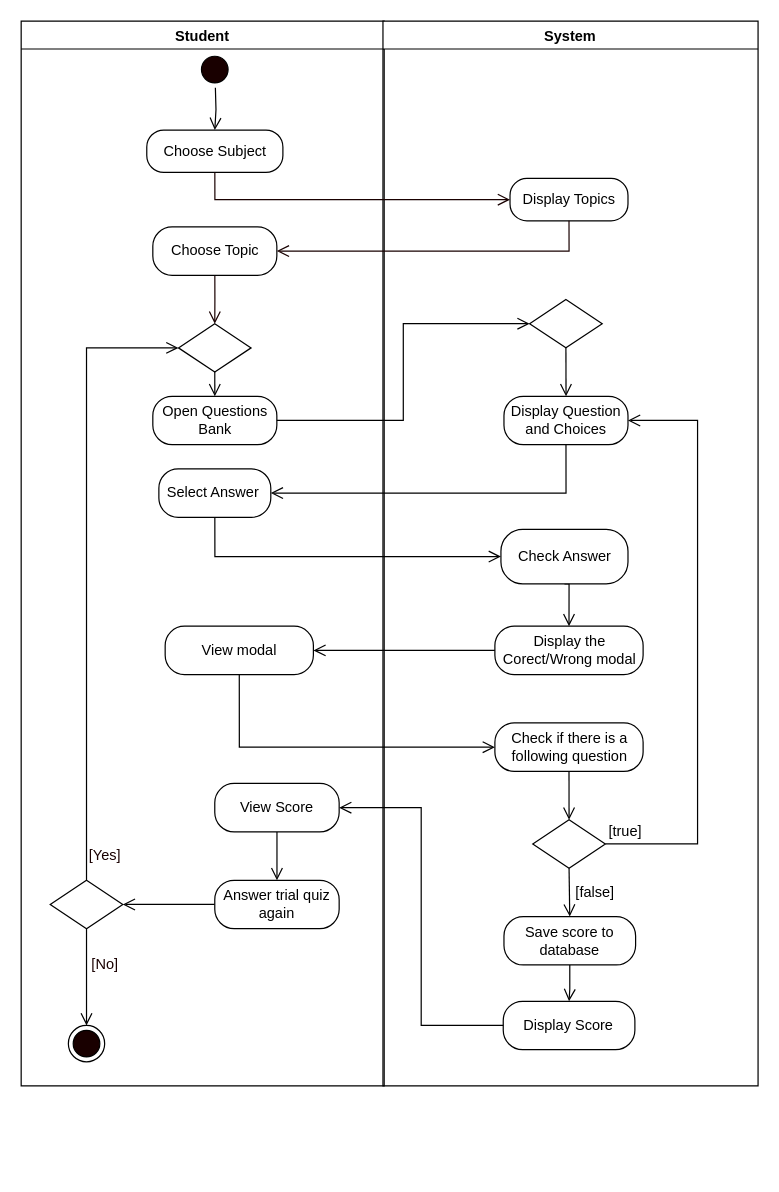
Before: page "Take Trial Quiz" (2 of 7) of REVISIONS/UML-DIAGRAMS/7-04-2021/ACTIVITY DIAGRAM/ACTIVITY DIAGRAM3.drawio in mrklglsn/CAPSTONE-FILES, a draw.io diagram. Source tidied: cells renumbered, new cells numbered last; positions are measured from the earlier drawing's top-left corner, leaving out a move shared by most shapes. Both pictures are drawn from the tidied source at 121%, with x=0, y=0 at pixel (21, 21).
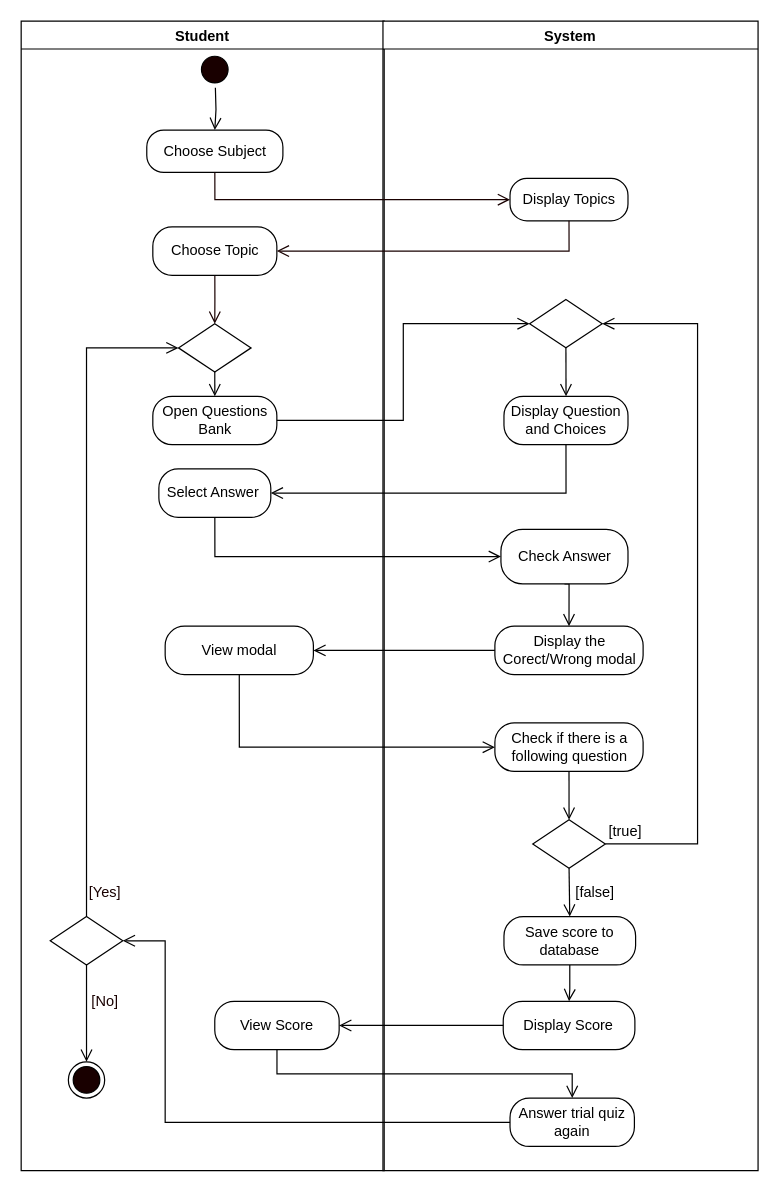
After the change.

The change refers to these unchanged cells:
```xml
<mxCell id="27" value="Display Question and Choices" style="rounded=1;whiteSpace=wrap;html=1;arcSize=40;" parent="23" vertex="1">
  <mxGeometry x="100" y="310" width="102.5" height="40" as="geometry" />
</mxCell>
<mxCell id="29" style="rhombus;whiteSpace=wrap;html=1;" parent="23" vertex="1">
  <mxGeometry x="121.2" y="230" width="60" height="40" as="geometry" />
</mxCell>
<mxCell id="35" style="rhombus;whiteSpace=wrap;html=1;" parent="23" vertex="1">
  <mxGeometry x="123.8" y="660" width="60" height="40" as="geometry" />
</mxCell>
```

Change to the diagram source:
```diff
@@
     <mxCell id="2" value="Student" style="swimlane;startSize=23;" parent="1" vertex="1">
-      <mxGeometry width="300" height="880" as="geometry" />
+      <mxGeometry width="300" height="950" as="geometry" />
     </mxCell>
@@
     <mxCell id="13" style="rhombus;whiteSpace=wrap;html=1;" parent="2" vertex="1">
-      <mxGeometry x="24" y="710" width="60" height="40" as="geometry" />
+      <mxGeometry x="24" y="740" width="60" height="40" as="geometry" />
     </mxCell>
@@
     <mxCell id="15" value="&lt;font color=&quot;#190000&quot;&gt;[Yes]&lt;/font&gt;" style="text;html=1;align=center;verticalAlign=middle;strokeColor=none;fontColor=#FFFFFF;" parent="2" vertex="1">
-      <mxGeometry x="48.8" y="680" width="40" height="20" as="geometry" />
+      <mxGeometry x="48.8" y="710" width="40" height="20" as="geometry" />
     </mxCell>
     <mxCell id="16" style="ellipse;html=1;shape=endState;fillColor=#190000;" parent="2" vertex="1">
-      <mxGeometry x="39" y="830" width="30" height="30" as="geometry" />
+      <mxGeometry x="39" y="860" width="30" height="30" as="geometry" />
     </mxCell>
     <mxCell id="17" value="&lt;font color=&quot;#190000&quot;&gt;[No]&lt;/font&gt;" style="text;html=1;align=center;verticalAlign=middle;strokeColor=none;fontColor=#FFFFFF;" parent="2" vertex="1">
-      <mxGeometry x="48.8" y="770" width="40" height="20" as="geometry" />
+      <mxGeometry x="48.8" y="800" width="40" height="20" as="geometry" />
     </mxCell>
-    <mxCell id="18" style="edgeStyle=orthogonalEdgeStyle;rounded=0;jettySize=auto;html=1;exitX=0;exitY=0.5;exitDx=0;exitDy=0;entryX=1;entryY=0.5;entryDx=0;entryDy=0;endArrow=open;endFill=0;endSize=8;" parent="2" edge="1" source="21" target="13">
-      <mxGeometry relative="1" as="geometry" />
-    </mxCell>
-    <mxCell id="19" style="edgeStyle=orthogonalEdgeStyle;rounded=0;jettySize=auto;html=1;exitX=0.5;exitY=1;exitDx=0;exitDy=0;entryX=0.5;entryY=0;entryDx=0;entryDy=0;endArrow=open;endFill=0;endSize=8;" parent="2" edge="1" source="20" target="21">
-      <mxGeometry relative="1" as="geometry" />
-    </mxCell>
     <mxCell id="20" value="View Score" style="rounded=1;whiteSpace=wrap;html=1;arcSize=40;" parent="2" vertex="1">
-      <mxGeometry x="160" y="630" width="102.8" height="40" as="geometry" />
+      <mxGeometry x="160" y="810" width="102.8" height="40" as="geometry" />
     </mxCell>
-    <mxCell id="21" value="Answer trial quiz again" style="rounded=1;whiteSpace=wrap;html=1;arcSize=40;" parent="2" vertex="1">
-      <mxGeometry x="160" y="710" width="102.8" height="40" as="geometry" />
-    </mxCell>
@@
     <mxCell id="23" value="System" style="swimlane;" parent="1" vertex="1">
-      <mxGeometry x="299" width="310" height="880" as="geometry" />
+      <mxGeometry x="299" width="310" height="950" as="geometry" />
     </mxCell>
@@
-    <mxCell id="34" style="edgeStyle=orthogonalEdgeStyle;rounded=0;jettySize=auto;html=1;exitX=1;exitY=0.5;exitDx=0;exitDy=0;entryX=1;entryY=0.5;entryDx=0;entryDy=0;endArrow=open;endFill=0;endSize=8;" parent="23" edge="1" source="35" target="27">
+    <mxCell id="34" style="edgeStyle=orthogonalEdgeStyle;rounded=0;jettySize=auto;html=1;exitX=1;exitY=0.5;exitDx=0;exitDy=0;entryX=1;entryY=0.5;entryDx=0;entryDy=0;endArrow=open;endFill=0;endSize=8;" parent="23" edge="1" source="35" target="29">
       <mxGeometry relative="1" as="geometry">
         <Array as="points">
           <mxPoint x="260" y="680" />
-          <mxPoint x="260" y="330" />
+          <mxPoint x="260" y="250" />
         </Array>
       </mxGeometry>
     </mxCell>
@@
+    <mxCell id="21" value="Answer trial quiz again" style="rounded=1;whiteSpace=wrap;html=1;arcSize=40;" parent="23" vertex="1">
+      <mxGeometry x="105" y="890" width="102.8" height="40" as="geometry" />
+    </mxCell>
@@
+    <mxCell id="18" style="edgeStyle=orthogonalEdgeStyle;rounded=0;jettySize=auto;html=1;exitX=0;exitY=0.5;exitDx=0;exitDy=0;entryX=1;entryY=0.5;entryDx=0;entryDy=0;endArrow=open;endFill=0;endSize=8;" parent="1" edge="1" source="21" target="13">
+      <mxGeometry relative="1" as="geometry">
+        <Array as="points">
+          <mxPoint x="119" y="910" />
+          <mxPoint x="119" y="760" />
+        </Array>
+      </mxGeometry>
+    </mxCell>
+    <mxCell id="19" style="edgeStyle=orthogonalEdgeStyle;rounded=0;jettySize=auto;html=1;exitX=0.5;exitY=1;exitDx=0;exitDy=0;entryX=0.5;entryY=0;entryDx=0;entryDy=0;endArrow=open;endFill=0;endSize=8;" parent="1" edge="1" source="20" target="21">
+      <mxGeometry relative="1" as="geometry" />
+    </mxCell>
```
